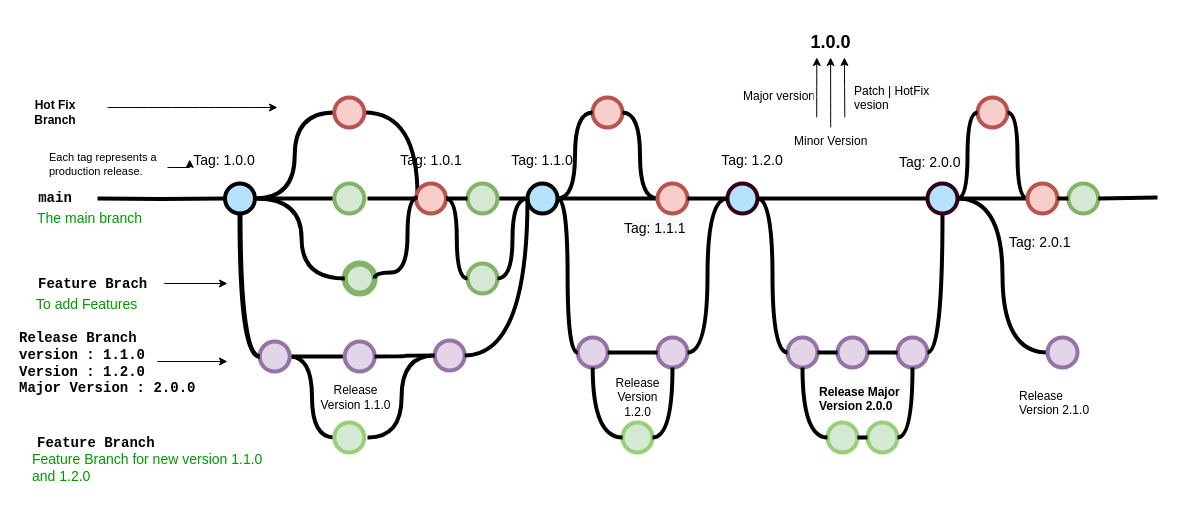
digya-tech/test keeps this draw.io diagram as new_git_vs.drawio. Above is the earlier version. Source tidied: cells renumbered, new cells numbered last; positions are measured from the earlier drawing's top-left corner, leaving out a move shared by most shapes. Both pictures are drawn from the tidied source at 100%, with x=0, y=0 at pixel (17, 27).
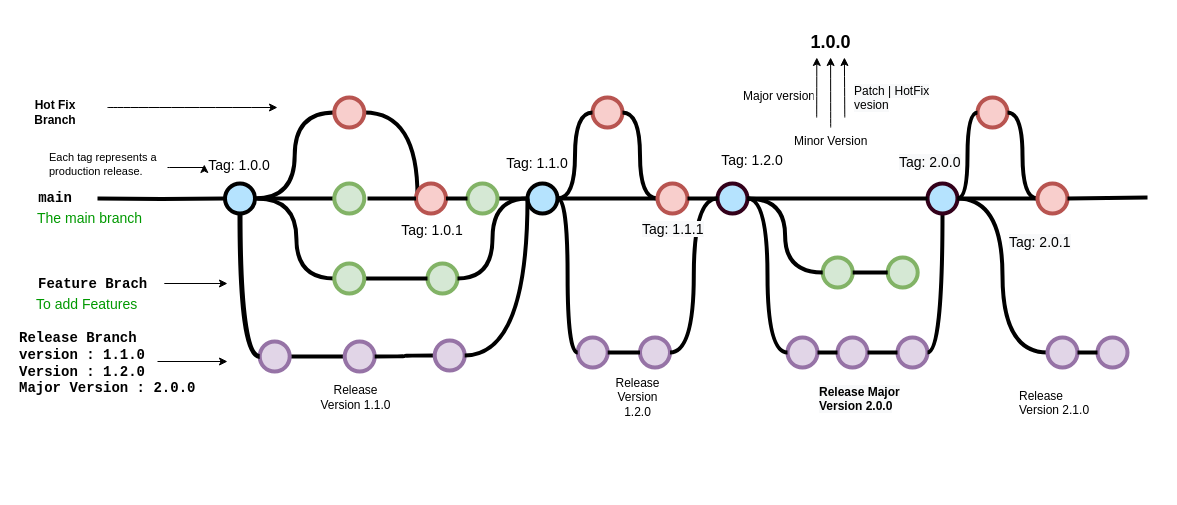
After the change.

Unchanged cells that the change refers to:
```xml
<mxCell id="12" style="verticalLabelPosition=bottom;verticalAlign=top;html=1;strokeWidth=4;shape=mxgraph.flowchart.on-page_reference;strokeColor=#b85450;fillColor=#f8cecc;" parent="1" vertex="1">
  <mxGeometry x="398.5" y="156" width="30" height="30" as="geometry" />
</mxCell>
<mxCell id="16" style="verticalLabelPosition=bottom;verticalAlign=top;html=1;strokeWidth=4;shape=mxgraph.flowchart.on-page_reference;strokeColor=#9673a6;fillColor=#e1d5e7;" parent="1" vertex="1">
  <mxGeometry x="242.2" y="314" width="30" height="30" as="geometry" />
</mxCell>
<mxCell id="19" style="verticalLabelPosition=bottom;verticalAlign=top;html=1;strokeWidth=4;shape=mxgraph.flowchart.on-page_reference;strokeColor=#9673a6;fillColor=#e1d5e7;" parent="1" vertex="1">
  <mxGeometry x="417.2" y="313" width="30" height="30" as="geometry" />
</mxCell>
<mxCell id="50" style="verticalLabelPosition=bottom;verticalAlign=top;html=1;strokeWidth=4;shape=mxgraph.flowchart.on-page_reference;strokeColor=#9673a6;fillColor=#e1d5e7;" parent="1" vertex="1">
  <mxGeometry x="560.2" y="310" width="30" height="30" as="geometry" />
</mxCell>
<mxCell id="68" style="verticalLabelPosition=bottom;verticalAlign=top;html=1;strokeWidth=4;shape=mxgraph.flowchart.on-page_reference;strokeColor=#9673a6;fillColor=#e1d5e7;" parent="1" vertex="1">
  <mxGeometry x="880" y="310" width="30" height="30" as="geometry" />
</mxCell>
<mxCell id="70" style="verticalLabelPosition=bottom;verticalAlign=top;html=1;strokeWidth=4;shape=mxgraph.flowchart.on-page_reference;strokeColor=#9673a6;fillColor=#e1d5e7;" parent="1" vertex="1">
  <mxGeometry x="770" y="310" width="30" height="30" as="geometry" />
</mxCell>
<mxCell id="92" style="verticalLabelPosition=bottom;verticalAlign=top;html=1;strokeWidth=4;shape=mxgraph.flowchart.on-page_reference;strokeColor=#9673a6;fillColor=#e1d5e7;" parent="1" vertex="1">
  <mxGeometry x="1030" y="310" width="30" height="30" as="geometry" />
</mxCell>
```

What changed in the source:
```diff
@@
     <mxCell id="7" style="verticalLabelPosition=bottom;verticalAlign=top;html=1;strokeWidth=4;shape=mxgraph.flowchart.on-page_reference;plain-blue;gradientColor=none;strokeColor=#33001A;fillColor=#B5E3FE;" parent="1" vertex="1">
-      <mxGeometry x="710" y="156" width="30" height="30" as="geometry" />
+      <mxGeometry x="700" y="156" width="30" height="30" as="geometry" />
     </mxCell>
@@
-    <mxCell id="15" style="edgeStyle=orthogonalEdgeStyle;curved=1;rounded=0;jettySize=auto;html=1;exitX=1;exitY=0.5;exitDx=0;exitDy=0;exitPerimeter=0;entryX=0;entryY=0.5;entryDx=0;entryDy=0;entryPerimeter=0;endArrow=none;endFill=0;strokeWidth=4;fontFamily=Courier New;fontColor=#009900;" parent="1" edge="1" source="16" target="48">
-      <mxGeometry relative="1" as="geometry" />
-    </mxCell>
@@
-    <mxCell id="21" style="edgeStyle=orthogonalEdgeStyle;curved=1;rounded=0;jettySize=auto;html=1;entryX=0;entryY=0.5;entryDx=0;entryDy=0;entryPerimeter=0;endArrow=none;endFill=0;strokeWidth=4;fontFamily=Courier New;fontColor=#009900;" parent="1" edge="1" target="19">
-      <mxGeometry relative="1" as="geometry">
-        <mxPoint x="350" y="410" as="sourcePoint" />
-      </mxGeometry>
-    </mxCell>
-    <mxCell id="22" value="Feature Branch" style="text;html=1;strokeColor=none;fillColor=none;align=left;verticalAlign=middle;whiteSpace=wrap;overflow=hidden;fontSize=14;fontStyle=1;fontFamily=Courier New;" parent="1" vertex="1">
-      <mxGeometry x="17.5" y="405" width="240" height="20" as="geometry" />
-    </mxCell>
-    <mxCell id="23" value="Feature Branch for new version 1.1.0 and 1.2.0" style="text;html=1;strokeColor=none;fillColor=none;align=left;verticalAlign=middle;whiteSpace=wrap;overflow=hidden;fontSize=14;fontStyle=0;fontColor=#009900;" parent="1" vertex="1">
-      <mxGeometry x="13" y="420" width="242" height="40" as="geometry" />
-    </mxCell>
@@
     <mxCell id="28" value="Tag: 1.1.0" style="text;html=1;strokeColor=none;fillColor=none;align=center;verticalAlign=middle;whiteSpace=wrap;overflow=hidden;fontSize=14;" parent="1" vertex="1">
-      <mxGeometry x="470" y="122" width="110" height="20" as="geometry" />
+      <mxGeometry x="465" y="125" width="110" height="20" as="geometry" />
     </mxCell>
     <mxCell id="29" value="Tag: 1.0.0" style="text;html=1;strokeColor=none;fillColor=none;align=center;verticalAlign=middle;whiteSpace=wrap;overflow=hidden;fontSize=14;" parent="1" vertex="1">
-      <mxGeometry x="172.2" y="122" width="70" height="20" as="geometry" />
+      <mxGeometry x="186.8" y="127" width="70" height="20" as="geometry" />
     </mxCell>
@@
     <mxCell id="34" value="Tag: 1.0.1" style="text;html=1;strokeColor=none;fillColor=none;align=center;verticalAlign=middle;whiteSpace=wrap;overflow=hidden;fontSize=14;" parent="1" vertex="1">
-      <mxGeometry x="378.5" y="122" width="70" height="20" as="geometry" />
+      <mxGeometry x="380" y="192" width="70" height="20" as="geometry" />
     </mxCell>
@@
-    <mxCell id="36" style="ellipse;whiteSpace=wrap;html=1;strokeWidth=6;fillColor=#d5e8d4;strokeColor=#82b366;" parent="1" vertex="1">
-      <mxGeometry x="327.2" y="236" width="30" height="30" as="geometry" />
-    </mxCell>
-    <mxCell id="37" style="endArrow=none;html=1;rounded=0;strokeWidth=4;entryX=0;entryY=0.5;entryDx=0;entryDy=0;edgeStyle=orthogonalEdgeStyle;curved=1;" parent="1" edge="1" target="36">
+    <mxCell id="37" style="endArrow=none;html=1;rounded=0;strokeWidth=4;entryX=0;entryY=0.5;entryDx=0;entryDy=0;edgeStyle=orthogonalEdgeStyle;curved=1;entryPerimeter=0;" parent="1" edge="1" target="109">
       <mxGeometry relative="1" as="geometry">
         <mxPoint x="240" y="171" as="sourcePoint" />
       </mxGeometry>
     </mxCell>
-    <mxCell id="38" style="endArrow=none;html=1;rounded=0;strokeWidth=4;curved=1;exitX=1;exitY=0.5;exitDx=0;exitDy=0;edgeStyle=orthogonalEdgeStyle;" parent="1" edge="1" source="36">
-      <mxGeometry relative="1" as="geometry">
-        <mxPoint x="400" y="170" as="targetPoint" />
-        <Array as="points">
-          <mxPoint x="357" y="245" />
-          <mxPoint x="390" y="245" />
-          <mxPoint x="390" y="170" />
-        </Array>
-      </mxGeometry>
-    </mxCell>
@@
     <mxCell id="45" style="verticalLabelPosition=bottom;verticalAlign=top;html=1;strokeWidth=4;shape=mxgraph.flowchart.on-page_reference;strokeColor=#82b366;fillColor=#d5e8d4;" parent="1" vertex="1">
-      <mxGeometry x="450" y="236" width="30" height="30" as="geometry" />
+      <mxGeometry x="410" y="236" width="30" height="30" as="geometry" />
     </mxCell>
-    <mxCell id="46" style="endArrow=none;html=1;rounded=0;strokeWidth=4;curved=1;entryX=0;entryY=0.5;entryDx=0;entryDy=0;entryPerimeter=0;exitX=1;exitY=0.5;exitDx=0;exitDy=0;exitPerimeter=0;edgeStyle=orthogonalEdgeStyle;" parent="1" edge="1" source="12" target="45">
-      <mxGeometry relative="1" as="geometry" />
-    </mxCell>
@@
-    <mxCell id="48" style="verticalLabelPosition=bottom;verticalAlign=top;html=1;strokeWidth=4;shape=mxgraph.flowchart.on-page_reference;plain-purple;gradientColor=none;strokeColor=#97D077;fillColor=#D5E8D4;" parent="1" vertex="1">
-      <mxGeometry x="316.8" y="395" width="30" height="30" as="geometry" />
-    </mxCell>
@@
     <mxCell id="51" style="verticalLabelPosition=bottom;verticalAlign=top;html=1;strokeWidth=4;shape=mxgraph.flowchart.on-page_reference;strokeColor=#9673a6;fillColor=#e1d5e7;direction=south;" parent="1" vertex="1">
-      <mxGeometry x="640" y="310" width="30" height="30" as="geometry" />
+      <mxGeometry x="622.5" y="310" width="30" height="30" as="geometry" />
     </mxCell>
@@
-    <mxCell id="55" style="verticalLabelPosition=bottom;verticalAlign=top;html=1;strokeWidth=4;shape=mxgraph.flowchart.on-page_reference;plain-purple;gradientColor=none;strokeColor=#97D077;fillColor=#D5E8D4;" parent="1" vertex="1">
-      <mxGeometry x="605" y="395" width="30" height="30" as="geometry" />
-    </mxCell>
-    <mxCell id="56" style="endArrow=none;html=1;rounded=0;strokeWidth=4;entryX=0;entryY=0.5;entryDx=0;entryDy=0;entryPerimeter=0;exitX=0.5;exitY=1;exitDx=0;exitDy=0;exitPerimeter=0;edgeStyle=orthogonalEdgeStyle;curved=1;" parent="1" edge="1" source="50" target="55">
-      <mxGeometry relative="1" as="geometry" />
-    </mxCell>
-    <mxCell id="57" style="endArrow=none;html=1;rounded=0;strokeWidth=4;entryX=1;entryY=0.5;entryDx=0;entryDy=0;entryPerimeter=0;exitX=1;exitY=0.5;exitDx=0;exitDy=0;exitPerimeter=0;edgeStyle=orthogonalEdgeStyle;curved=1;" parent="1" edge="1" source="51" target="55">
-      <mxGeometry relative="1" as="geometry" />
-    </mxCell>
@@
     <mxCell id="67" value="&lt;span style=&quot;color: rgb(0 , 0 , 0) ; font-family: &amp;#34;helvetica&amp;#34; ; font-size: 14px ; font-style: normal ; font-weight: 400 ; letter-spacing: normal ; text-align: center ; text-indent: 0px ; text-transform: none ; word-spacing: 0px ; background-color: rgb(248 , 249 , 250) ; display: inline ; float: none&quot;&gt;Tag: 1.1.1&lt;/span&gt;" style="text;whiteSpace=wrap;html=1;" parent="1" vertex="1">
-      <mxGeometry x="605" y="186" width="90" height="30" as="geometry" />
+      <mxGeometry x="622.5" y="187" width="90" height="30" as="geometry" />
     </mxCell>
@@
-    <mxCell id="77" style="verticalLabelPosition=bottom;verticalAlign=top;html=1;strokeWidth=4;shape=mxgraph.flowchart.on-page_reference;plain-purple;gradientColor=none;strokeColor=#97D077;fillColor=#D5E8D4;" parent="1" vertex="1">
-      <mxGeometry x="850" y="395" width="30" height="30" as="geometry" />
-    </mxCell>
-    <mxCell id="78" style="verticalLabelPosition=bottom;verticalAlign=top;html=1;strokeWidth=4;shape=mxgraph.flowchart.on-page_reference;plain-purple;gradientColor=none;strokeColor=#97D077;fillColor=#D5E8D4;" parent="1" vertex="1">
-      <mxGeometry x="810" y="395" width="30" height="30" as="geometry" />
-    </mxCell>
-    <mxCell id="79" style="endArrow=none;html=1;rounded=0;strokeWidth=4;entryX=0.5;entryY=1;entryDx=0;entryDy=0;entryPerimeter=0;exitX=0;exitY=0.5;exitDx=0;exitDy=0;exitPerimeter=0;edgeStyle=orthogonalEdgeStyle;curved=1;" parent="1" edge="1" source="78" target="70">
-      <mxGeometry relative="1" as="geometry" />
-    </mxCell>
-    <mxCell id="80" style="endArrow=none;html=1;rounded=0;strokeWidth=4;entryX=0.5;entryY=1;entryDx=0;entryDy=0;entryPerimeter=0;exitX=1;exitY=0.5;exitDx=0;exitDy=0;exitPerimeter=0;edgeStyle=orthogonalEdgeStyle;curved=1;" parent="1" edge="1" source="77" target="68">
-      <mxGeometry relative="1" as="geometry" />
-    </mxCell>
-    <mxCell id="81" style="endArrow=none;html=1;rounded=0;strokeWidth=4;entryX=1;entryY=0.5;entryDx=0;entryDy=0;entryPerimeter=0;exitX=0;exitY=0.5;exitDx=0;exitDy=0;exitPerimeter=0;" parent="1" edge="1" source="77" target="78">
-      <mxGeometry relative="1" as="geometry" />
-    </mxCell>
@@
     <mxCell id="87" style="verticalLabelPosition=bottom;verticalAlign=top;html=1;strokeWidth=4;shape=mxgraph.flowchart.on-page_reference;strokeColor=#b85450;fillColor=#f8cecc;" parent="1" vertex="1">
-      <mxGeometry x="1010" y="156" width="30" height="30" as="geometry" />
+      <mxGeometry x="1020" y="156" width="30" height="30" as="geometry" />
     </mxCell>
-    <mxCell id="88" style="verticalLabelPosition=bottom;verticalAlign=top;html=1;strokeWidth=4;shape=mxgraph.flowchart.on-page_reference;strokeColor=#82b366;fillColor=#d5e8d4;" parent="1" vertex="1">
-      <mxGeometry x="1050.8" y="156" width="30" height="30" as="geometry" />
-    </mxCell>
-    <mxCell id="89" style="endArrow=none;html=1;rounded=0;strokeWidth=4;exitX=1;exitY=0.5;exitDx=0;exitDy=0;exitPerimeter=0;startArrow=none;" parent="1" edge="1" source="87" target="88">
-      <mxGeometry relative="1" as="geometry" />
+    <mxCell id="89" style="endArrow=none;html=1;rounded=0;strokeWidth=4;exitX=1;exitY=0.5;exitDx=0;exitDy=0;exitPerimeter=0;startArrow=none;" parent="1" edge="1" source="87">
+      <mxGeometry relative="1" as="geometry">
+        <mxPoint x="1130" y="170" as="targetPoint" />
+      </mxGeometry>
     </mxCell>
@@
-    <mxCell id="94" style="endArrow=none;html=1;rounded=0;strokeWidth=4;exitX=1;exitY=0.5;exitDx=0;exitDy=0;exitPerimeter=0;startArrow=none;" parent="1" edge="1" source="88">
-      <mxGeometry relative="1" as="geometry">
-        <mxPoint x="1140" y="170" as="targetPoint" />
-      </mxGeometry>
-    </mxCell>
@@
+    <mxCell id="102" style="endArrow=none;html=1;rounded=0;entryX=0;entryY=0.5;entryDx=0;entryDy=0;entryPerimeter=0;strokeWidth=4;exitX=1;exitY=0.5;exitDx=0;exitDy=0;exitPerimeter=0;" parent="1" edge="1" source="109" target="45">
+      <mxGeometry relative="1" as="geometry" />
+    </mxCell>
+    <mxCell id="103" style="verticalLabelPosition=bottom;verticalAlign=top;html=1;strokeWidth=4;shape=mxgraph.flowchart.on-page_reference;strokeColor=#82b366;fillColor=#d5e8d4;" parent="1" vertex="1">
+      <mxGeometry x="805.2" y="230" width="30" height="30" as="geometry" />
+    </mxCell>
+    <mxCell id="104" style="endArrow=none;html=1;rounded=0;strokeWidth=4;entryX=1;entryY=0.5;entryDx=0;entryDy=0;entryPerimeter=0;exitX=0;exitY=0.5;exitDx=0;exitDy=0;exitPerimeter=0;edgeStyle=orthogonalEdgeStyle;curved=1;" parent="1" edge="1" source="103" target="7">
+      <mxGeometry relative="1" as="geometry" />
+    </mxCell>
+    <mxCell id="105" style="verticalLabelPosition=bottom;verticalAlign=top;html=1;strokeWidth=4;shape=mxgraph.flowchart.on-page_reference;strokeColor=#82b366;fillColor=#d5e8d4;" parent="1" vertex="1">
+      <mxGeometry x="870.2" y="230" width="30" height="30" as="geometry" />
+    </mxCell>
+    <mxCell id="106" style="edgeStyle=orthogonalEdgeStyle;curved=1;rounded=0;jettySize=auto;html=1;endArrow=none;endFill=0;strokeWidth=4;entryX=1;entryY=0.5;entryDx=0;entryDy=0;entryPerimeter=0;exitX=0;exitY=0.5;exitDx=0;exitDy=0;exitPerimeter=0;" parent="1" edge="1" source="105" target="103">
+      <mxGeometry relative="1" as="geometry" />
+    </mxCell>
+    <mxCell id="107" style="verticalLabelPosition=bottom;verticalAlign=top;html=1;strokeWidth=4;shape=mxgraph.flowchart.on-page_reference;strokeColor=#9673a6;fillColor=#e1d5e7;" parent="1" vertex="1">
+      <mxGeometry x="1080" y="310" width="30" height="30" as="geometry" />
+    </mxCell>
+    <mxCell id="108" style="endArrow=none;html=1;rounded=0;strokeWidth=4;exitX=1;exitY=0.5;exitDx=0;exitDy=0;exitPerimeter=0;startArrow=none;entryX=0;entryY=0.5;entryDx=0;entryDy=0;entryPerimeter=0;" parent="1" edge="1" source="92" target="107">
+      <mxGeometry relative="1" as="geometry" />
+    </mxCell>
+    <mxCell id="109" style="verticalLabelPosition=bottom;verticalAlign=top;html=1;strokeWidth=4;shape=mxgraph.flowchart.on-page_reference;strokeColor=#82b366;fillColor=#d5e8d4;" parent="1" vertex="1">
+      <mxGeometry x="316.8" y="236" width="30" height="30" as="geometry" />
+    </mxCell>
```
